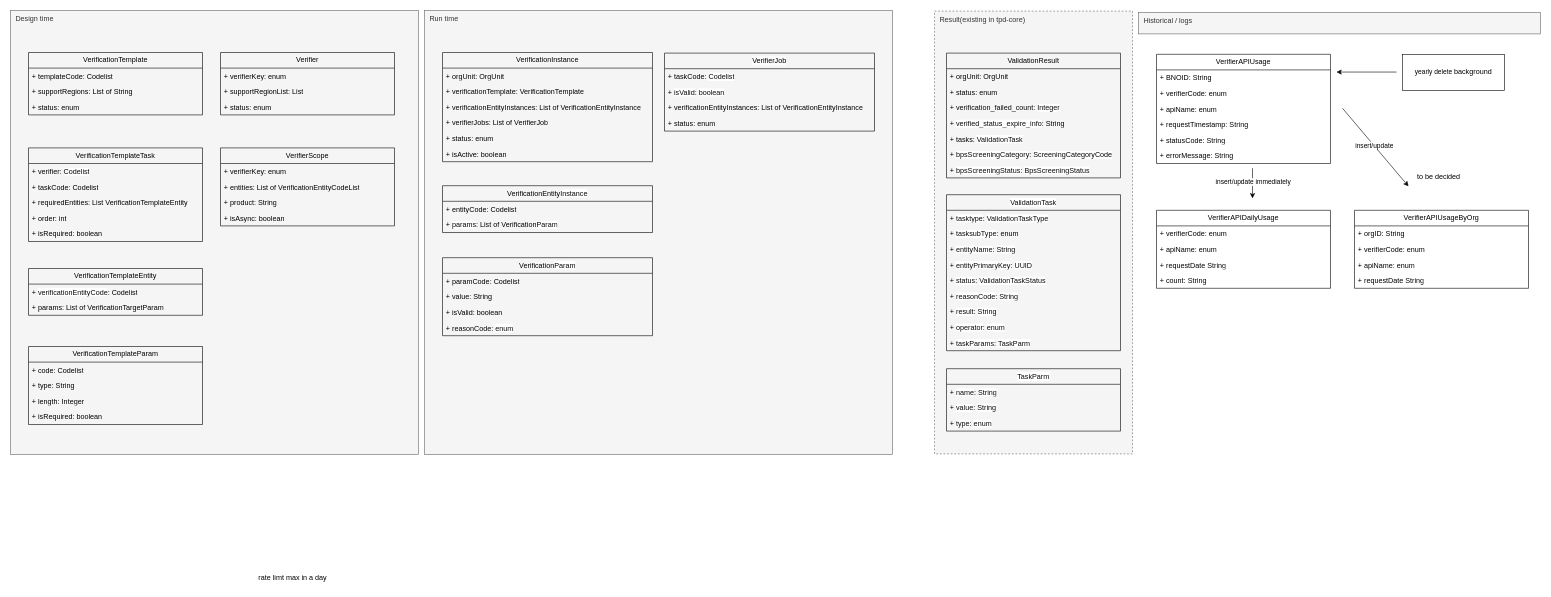
huangshijie/Drawio keeps this draw.io diagram as page "Modeling" (3 of 9) of verification_framework.drawio. Above is the earlier version. Source tidied: cells renumbered, new cells numbered last; positions are measured from the earlier drawing's top-left corner, leaving out a move shared by most shapes. Both pictures are drawn from the tidied source at 60%, with x=0, y=0 at pixel (10, 10).
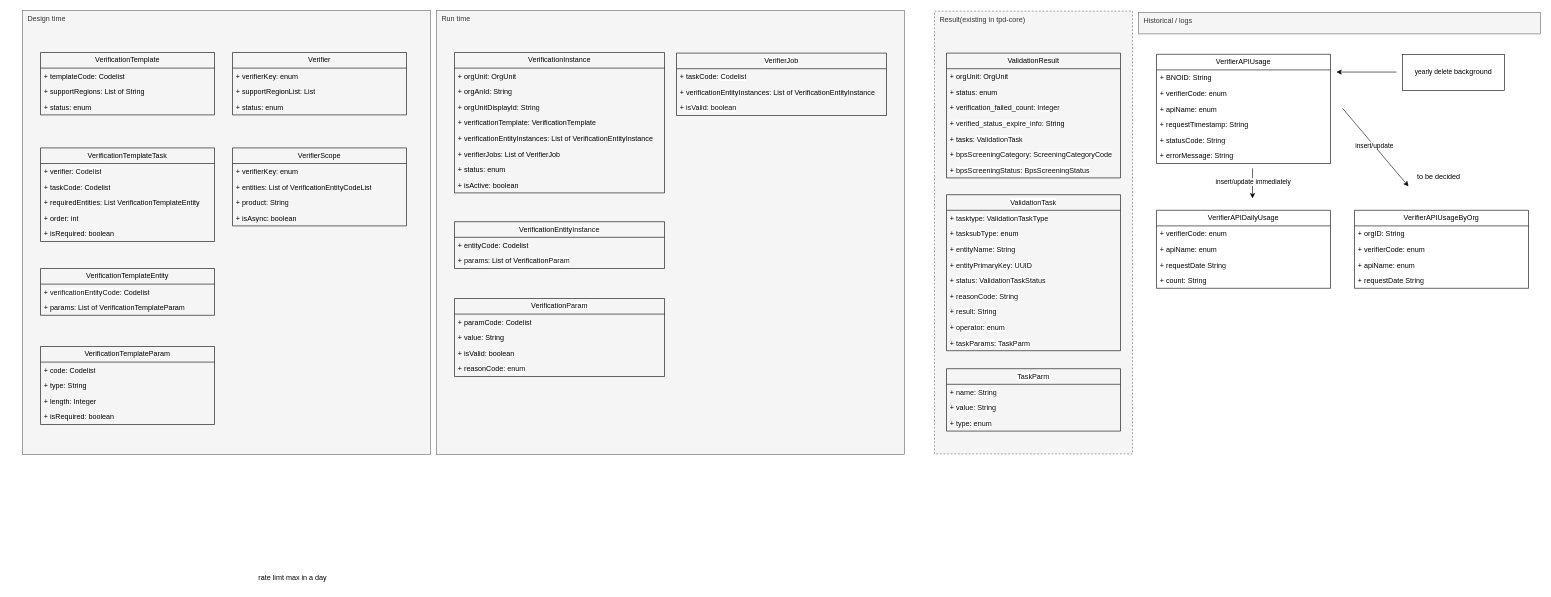
Above is the later version.

The edit, as a diff of the source:
```diff
@@
     <mxCell id="3" value="&amp;nbsp; Design time" style="rounded=0;whiteSpace=wrap;html=1;verticalAlign=top;align=left;fillColor=#f5f5f5;fontColor=#333333;strokeColor=#666666;" parent="1" vertex="1">
-      <mxGeometry width="680" height="740" as="geometry" />
+      <mxGeometry x="20" width="680" height="740" as="geometry" />
     </mxCell>
     <mxCell id="4" value="&amp;nbsp; Run time" style="rounded=0;whiteSpace=wrap;html=1;align=left;verticalAlign=top;fillColor=#f5f5f5;strokeColor=#666666;fontColor=#333333;" parent="1" vertex="1">
-      <mxGeometry x="690" width="780" height="740" as="geometry" />
+      <mxGeometry x="710" width="780" height="740" as="geometry" />
     </mxCell>
     <mxCell id="5" value="VerificationInstance" style="swimlane;fontStyle=0;horizontal=1;startSize=26;fillColor=none;whiteSpace=wrap;html=1;fontFamily=Helvetica;fontSize=12;" parent="1" vertex="1">
-      <mxGeometry x="720" y="70" width="350" height="182" as="geometry" />
+      <mxGeometry x="740" y="70" width="350" height="234" as="geometry" />
     </mxCell>
@@
+    <mxCell id="102" value="+ orgAnId: String" style="text;strokeColor=none;fillColor=none;align=left;verticalAlign=top;spacingLeft=4;spacingRight=4;overflow=hidden;whiteSpace=wrap;html=1;" parent="5" vertex="1">
+      <mxGeometry y="52" width="350" height="26" as="geometry" />
+    </mxCell>
+    <mxCell id="103" value="+ orgUnitDisplayId: String" style="text;strokeColor=none;fillColor=none;align=left;verticalAlign=top;spacingLeft=4;spacingRight=4;overflow=hidden;whiteSpace=wrap;html=1;" parent="5" vertex="1">
+      <mxGeometry y="78" width="350" height="26" as="geometry" />
+    </mxCell>
     <mxCell id="7" value="+ verificationTemplate: VerificationTemplate" style="text;strokeColor=none;fillColor=none;align=left;verticalAlign=top;spacingLeft=4;spacingRight=4;overflow=hidden;whiteSpace=wrap;html=1;" parent="5" vertex="1">
-      <mxGeometry y="52" width="350" height="26" as="geometry" />
+      <mxGeometry y="104" width="350" height="26" as="geometry" />
     </mxCell>
     <mxCell id="8" value="+ verificationEntityInstances: List of VerificationEntityInstance" style="text;strokeColor=none;fillColor=none;align=left;verticalAlign=top;spacingLeft=4;spacingRight=4;overflow=hidden;whiteSpace=wrap;html=1;" parent="5" vertex="1">
-      <mxGeometry y="78" width="350" height="26" as="geometry" />
+      <mxGeometry y="130" width="350" height="26" as="geometry" />
     </mxCell>
     <mxCell id="9" value="+ verifierJobs: List of VerifierJob" style="text;strokeColor=none;fillColor=none;align=left;verticalAlign=top;spacingLeft=4;spacingRight=4;overflow=hidden;whiteSpace=wrap;html=1;" parent="5" vertex="1">
-      <mxGeometry y="104" width="350" height="26" as="geometry" />
+      <mxGeometry y="156" width="350" height="26" as="geometry" />
     </mxCell>
     <mxCell id="10" value="+ status: enum" style="text;strokeColor=none;fillColor=none;align=left;verticalAlign=top;spacingLeft=4;spacingRight=4;overflow=hidden;whiteSpace=wrap;html=1;fontFamily=Helvetica;fontSize=12;" parent="5" vertex="1">
-      <mxGeometry y="130" width="350" height="26" as="geometry" />
+      <mxGeometry y="182" width="350" height="26" as="geometry" />
     </mxCell>
     <mxCell id="11" value="+ isActive: boolean" style="text;strokeColor=none;fillColor=none;align=left;verticalAlign=top;spacingLeft=4;spacingRight=4;overflow=hidden;whiteSpace=wrap;html=1;" parent="5" vertex="1">
-      <mxGeometry y="156" width="350" height="26" as="geometry" />
+      <mxGeometry y="208" width="350" height="26" as="geometry" />
     </mxCell>
     <mxCell id="12" value="&lt;div style=&quot;background-color: rgb(255, 255, 255); color: rgb(8, 8, 8); font-size: 12px;&quot;&gt;&lt;div style=&quot;font-size: 12px;&quot;&gt;&lt;br style=&quot;font-size: 12px;&quot;&gt;&lt;/div&gt;&lt;/div&gt;" style="text;html=1;align=center;verticalAlign=middle;strokeColor=none;fillColor=none;fontFamily=Helvetica;fontSize=12;" parent="1" vertex="1">
-      <mxGeometry x="720" y="359" width="20" height="30" as="geometry" />
+      <mxGeometry x="740" y="359" width="20" height="30" as="geometry" />
     </mxCell>
     <mxCell id="13" value="&lt;div style=&quot;background-color: rgb(255, 255, 255); color: rgb(8, 8, 8); font-size: 12px;&quot;&gt;&lt;div style=&quot;font-size: 12px;&quot;&gt;&lt;span style=&quot;color: rgb(0, 0, 0); text-align: left; background-color: rgb(251, 251, 251);&quot;&gt;VerifierJob&lt;/span&gt;&lt;br&gt;&lt;/div&gt;&lt;/div&gt;" style="swimlane;fontStyle=0;horizontal=1;startSize=26;fillColor=none;whiteSpace=wrap;html=1;fontFamily=Helvetica;fontSize=12;" parent="1" vertex="1">
-      <mxGeometry x="1090" y="71" width="350" height="130" as="geometry" />
+      <mxGeometry x="1110" y="71" width="350" height="104" as="geometry" />
     </mxCell>
@@
+    <mxCell id="16" value="+ verificationEntityInstances: List of VerificationEntityInstance" style="text;strokeColor=none;fillColor=none;align=left;verticalAlign=top;spacingLeft=4;spacingRight=4;overflow=hidden;whiteSpace=wrap;html=1;" parent="13" vertex="1">
+      <mxGeometry y="52" width="350" height="26" as="geometry" />
+    </mxCell>
     <mxCell id="15" value="+&amp;nbsp;&lt;span style=&quot;font-size: 12px; background-color: rgb(255, 255, 255); color: rgb(8, 8, 8);&quot;&gt;isValid&lt;/span&gt;&lt;span style=&quot;background-color: initial; font-size: 12px;&quot;&gt;:&amp;nbsp;&lt;/span&gt;&lt;span style=&quot;font-size: 12px; background-color: rgb(255, 255, 255); color: rgb(8, 8, 8);&quot;&gt;boolean&lt;/span&gt;" style="text;strokeColor=none;fillColor=none;align=left;verticalAlign=top;spacingLeft=4;spacingRight=4;overflow=hidden;whiteSpace=wrap;html=1;fontFamily=Helvetica;fontSize=12;" parent="13" vertex="1">
-      <mxGeometry y="52" width="350" height="26" as="geometry" />
+      <mxGeometry y="78" width="350" height="26" as="geometry" />
     </mxCell>
-    <mxCell id="16" value="+ verificationEntityInstances: List of VerificationEntityInstance" style="text;strokeColor=none;fillColor=none;align=left;verticalAlign=top;spacingLeft=4;spacingRight=4;overflow=hidden;whiteSpace=wrap;html=1;" parent="13" vertex="1">
-      <mxGeometry y="78" width="350" height="26" as="geometry" />
-    </mxCell>
-    <mxCell id="17" value="+ status&lt;span style=&quot;background-color: initial; font-size: 12px;&quot;&gt;: enum&lt;/span&gt;" style="text;strokeColor=none;fillColor=none;align=left;verticalAlign=top;spacingLeft=4;spacingRight=4;overflow=hidden;whiteSpace=wrap;html=1;fontFamily=Helvetica;fontSize=12;" parent="13" vertex="1">
-      <mxGeometry y="104" width="350" height="26" as="geometry" />
-    </mxCell>
     <mxCell id="18" value="VerificationTemplateEntity" style="swimlane;fontStyle=0;horizontal=1;startSize=26;fillColor=none;whiteSpace=wrap;html=1;fontFamily=Helvetica;fontSize=12;" parent="1" vertex="1">
-      <mxGeometry x="30" y="430" width="290" height="78" as="geometry" />
+      <mxGeometry x="50" y="430" width="290" height="78" as="geometry" />
     </mxCell>
@@
-    <mxCell id="20" value="+ params: List of&amp;nbsp;&lt;span style=&quot;text-align: center;&quot;&gt;VerificationTargetParam&lt;/span&gt;" style="text;strokeColor=none;fillColor=none;align=left;verticalAlign=top;spacingLeft=4;spacingRight=4;overflow=hidden;whiteSpace=wrap;html=1;fontFamily=Helvetica;fontSize=12;" parent="18" vertex="1">
+    <mxCell id="20" value="+ params: List of&amp;nbsp;&lt;span style=&quot;text-align: center;&quot;&gt;VerificationTemplateParam&lt;/span&gt;" style="text;strokeColor=none;fillColor=none;align=left;verticalAlign=top;spacingLeft=4;spacingRight=4;overflow=hidden;whiteSpace=wrap;html=1;fontFamily=Helvetica;fontSize=12;" parent="18" vertex="1">
       <mxGeometry y="52" width="290" height="26" as="geometry" />
     </mxCell>
     <mxCell id="21" value="VerificationTemplateParam" style="swimlane;fontStyle=0;horizontal=1;startSize=26;fillColor=none;whiteSpace=wrap;html=1;fontFamily=Helvetica;fontSize=12;" parent="1" vertex="1">
-      <mxGeometry x="30" y="560" width="290" height="130" as="geometry" />
+      <mxGeometry x="50" y="560" width="290" height="130" as="geometry" />
     </mxCell>
@@
     <mxCell id="26" value="VerificationTemplate" style="swimlane;fontStyle=0;horizontal=1;startSize=26;fillColor=none;whiteSpace=wrap;html=1;fontFamily=Helvetica;fontSize=12;" parent="1" vertex="1">
-      <mxGeometry x="30" y="70" width="290" height="104" as="geometry" />
+      <mxGeometry x="50" y="70" width="290" height="104" as="geometry" />
     </mxCell>
@@
     <mxCell id="30" value="VerificationTemplateTask" style="swimlane;fontStyle=0;horizontal=1;startSize=26;fillColor=none;whiteSpace=wrap;html=1;fontFamily=Helvetica;fontSize=12;" parent="1" vertex="1">
-      <mxGeometry x="30" y="229" width="290" height="156" as="geometry" />
+      <mxGeometry x="50" y="229" width="290" height="156" as="geometry" />
     </mxCell>
@@
     <mxCell id="36" value="Verifier" style="swimlane;fontStyle=0;horizontal=1;startSize=26;fillColor=none;whiteSpace=wrap;html=1;fontFamily=Helvetica;fontSize=12;" parent="1" vertex="1">
-      <mxGeometry x="350" y="70" width="290" height="104" as="geometry" />
+      <mxGeometry x="370" y="70" width="290" height="104" as="geometry" />
     </mxCell>
@@
     <mxCell id="52" value="&lt;span style=&quot;text-align: left; background-color: initial;&quot;&gt;Verification&lt;/span&gt;&lt;span style=&quot;text-align: left; background-color: rgb(255, 255, 255); color: rgb(8, 8, 8);&quot;&gt;Param&lt;/span&gt;" style="swimlane;fontStyle=0;horizontal=1;startSize=26;fillColor=none;whiteSpace=wrap;html=1;fontFamily=Helvetica;fontSize=12;" parent="1" vertex="1">
-      <mxGeometry x="720" y="412" width="350" height="130" as="geometry" />
+      <mxGeometry x="740" y="480" width="350" height="130" as="geometry" />
     </mxCell>
@@
     <mxCell id="71" value="VerifierScope" style="swimlane;fontStyle=0;horizontal=1;startSize=26;fillColor=none;whiteSpace=wrap;html=1;fontFamily=Helvetica;fontSize=12;" parent="1" vertex="1">
-      <mxGeometry x="350" y="229" width="290" height="130" as="geometry" />
+      <mxGeometry x="370" y="229" width="290" height="130" as="geometry" />
     </mxCell>
@@
     <mxCell id="99" value="&lt;span style=&quot;text-align: left; background-color: initial;&quot;&gt;VerificationEntity&lt;/span&gt;&lt;span style=&quot;text-align: left; background-color: rgb(255, 255, 255);&quot;&gt;&lt;font color=&quot;#080808&quot;&gt;Instance&lt;/font&gt;&lt;/span&gt;" style="swimlane;fontStyle=0;horizontal=1;startSize=26;fillColor=none;whiteSpace=wrap;html=1;fontFamily=Helvetica;fontSize=12;" parent="1" vertex="1">
-      <mxGeometry x="720" y="292" width="350" height="78" as="geometry" />
+      <mxGeometry x="740" y="352" width="350" height="78" as="geometry" />
     </mxCell>
```
